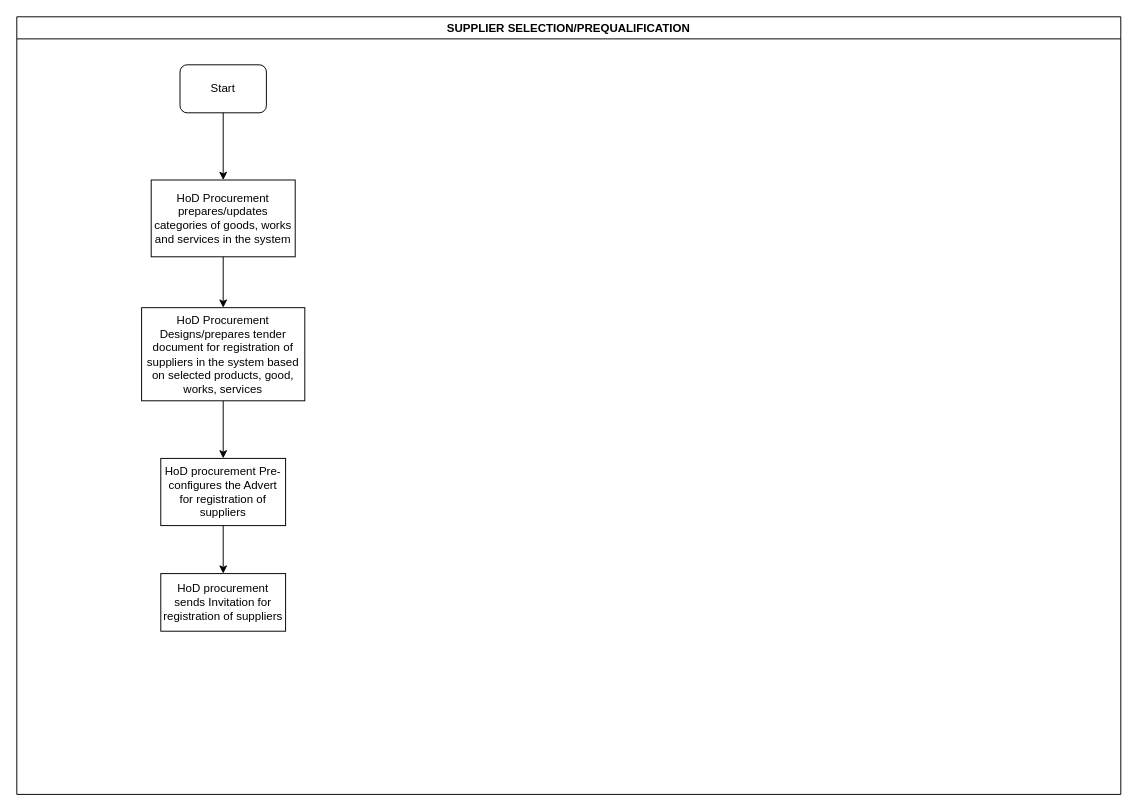
Before: LC-PROC-SUPPLIER PREQUALIFICATION.drawio in kmagua/flowcharts, a draw.io diagram. Source tidied: cells renumbered, new cells numbered last; positions are measured from the earlier drawing's top-left corner, leaving out a move shared by most shapes. Both pictures are drawn from the tidied source at 96%, with x=0, y=0 at pixel (16, 16).
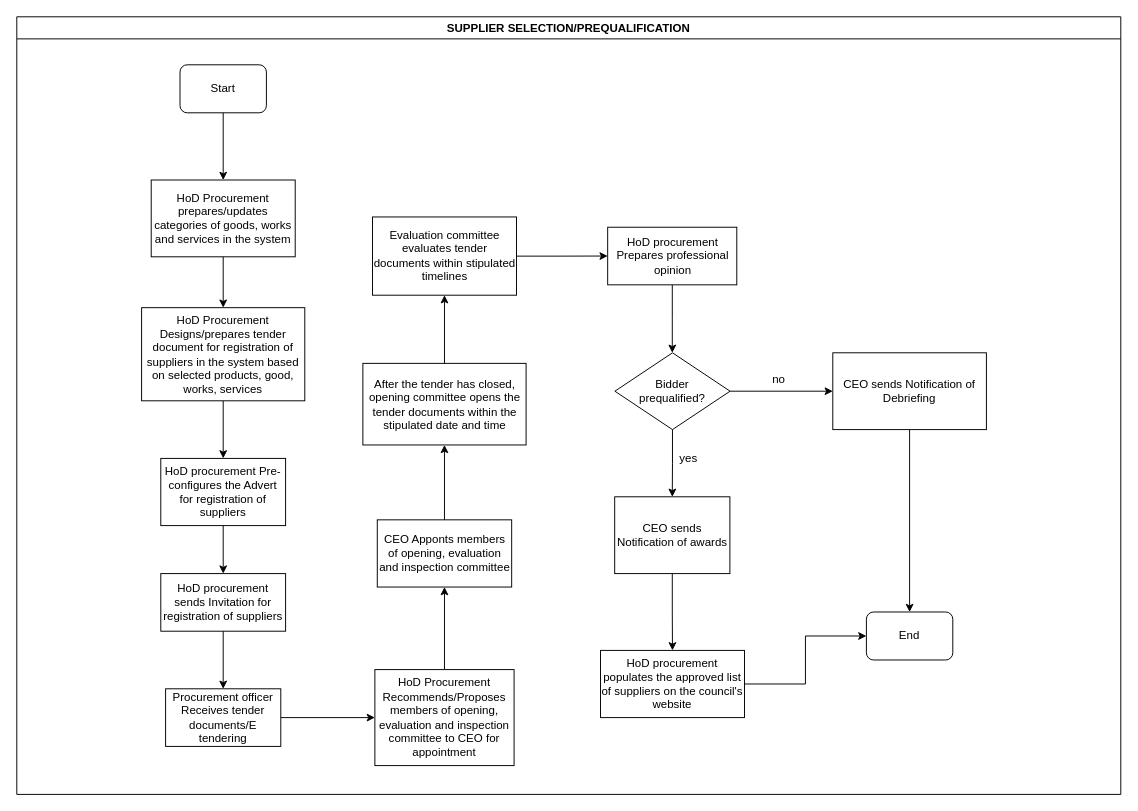
The same page after the edit.

The change refers to these unchanged cells:
```xml
<mxCell id="2" value="SUPPLIER SELECTION/PREQUALIFICATION" style="swimlane;" parent="1" vertex="1">
  <mxGeometry width="1150" height="810" as="geometry" />
</mxCell>
<mxCell id="7" value="HoD procurement sends Invitation for registration of suppliers" style="whiteSpace=wrap;html=1;rounded=0;" parent="2" vertex="1">
  <mxGeometry x="150" y="580" width="130" height="60" as="geometry" />
</mxCell>
```

Change to the diagram source:
```diff
@@
+    <mxCell id="12" value="Procurement officer Receives tender documents/E tendering " style="whiteSpace=wrap;html=1;rounded=0;" parent="2" vertex="1">
+      <mxGeometry x="155" y="700" width="120" height="60" as="geometry" />
+    </mxCell>
+    <mxCell id="13" style="edgeStyle=orthogonalEdgeStyle;rounded=0;jettySize=auto;html=1;" parent="2" edge="1" source="7" target="12">
+      <mxGeometry relative="1" as="geometry" />
+    </mxCell>
+    <mxCell id="14" value="CEO Apponts members of opening, evaluation and inspection committee" style="whiteSpace=wrap;html=1;rounded=0;" parent="2" vertex="1">
+      <mxGeometry x="375.5" y="524" width="140" height="70" as="geometry" />
+    </mxCell>
+    <mxCell id="15" value="After the tender has closed, opening committee opens the tender documents within the stipulated date and time" style="whiteSpace=wrap;html=1;rounded=0;" parent="2" vertex="1">
+      <mxGeometry x="360.5" y="361" width="170" height="85" as="geometry" />
+    </mxCell>
+    <mxCell id="16" style="edgeStyle=orthogonalEdgeStyle;rounded=0;jettySize=auto;html=1;" parent="2" edge="1" source="14" target="15">
+      <mxGeometry relative="1" as="geometry" />
+    </mxCell>
+    <mxCell id="17" value="Evaluation committee evaluates tender documents within stipulated timelines" style="whiteSpace=wrap;html=1;rounded=0;" parent="2" vertex="1">
+      <mxGeometry x="370.5" y="208.5" width="150" height="81.5" as="geometry" />
+    </mxCell>
+    <mxCell id="18" style="edgeStyle=orthogonalEdgeStyle;rounded=0;jettySize=auto;html=1;" parent="2" edge="1" source="15" target="17">
+      <mxGeometry relative="1" as="geometry" />
+    </mxCell>
+    <mxCell id="19" value="HoD procurement populates the approved list of suppliers on the council's website" style="whiteSpace=wrap;html=1;rounded=0;" parent="2" vertex="1">
+      <mxGeometry x="608" y="660" width="150" height="70" as="geometry" />
+    </mxCell>
+    <mxCell id="20" value="End" style="rounded=1;whiteSpace=wrap;html=1;" parent="2" vertex="1">
+      <mxGeometry x="885" y="620" width="90" height="50" as="geometry" />
+    </mxCell>
+    <mxCell id="21" style="edgeStyle=orthogonalEdgeStyle;rounded=0;jettySize=auto;html=1;entryX=0;entryY=0.5;entryDx=0;entryDy=0;" parent="2" edge="1" source="19" target="20">
+      <mxGeometry relative="1" as="geometry" />
+    </mxCell>
+    <mxCell id="22" value="&lt;div&gt;Bidder&lt;/div&gt;&lt;div&gt;prequalified?&lt;br&gt;&lt;/div&gt;" style="rhombus;whiteSpace=wrap;html=1;" parent="2" vertex="1">
+      <mxGeometry x="623" y="350" width="120" height="80" as="geometry" />
+    </mxCell>
+    <mxCell id="23" value="CEO sends Notification of awards" style="whiteSpace=wrap;html=1;rounded=0;" parent="2" vertex="1">
+      <mxGeometry x="622.8" y="500" width="120" height="80" as="geometry" />
+    </mxCell>
+    <mxCell id="24" style="edgeStyle=orthogonalEdgeStyle;rounded=0;jettySize=auto;html=1;" parent="2" edge="1" source="22" target="23">
+      <mxGeometry relative="1" as="geometry" />
+    </mxCell>
+    <mxCell id="25" style="edgeStyle=orthogonalEdgeStyle;rounded=0;jettySize=auto;html=1;entryX=0.5;entryY=0;entryDx=0;entryDy=0;" parent="2" edge="1" source="23" target="19">
+      <mxGeometry relative="1" as="geometry" />
+    </mxCell>
+    <mxCell id="26" value="yes" style="text;html=1;strokeColor=none;fillColor=none;align=center;verticalAlign=middle;whiteSpace=wrap;rounded=0;" parent="2" vertex="1">
+      <mxGeometry x="680" y="450" width="40" height="20" as="geometry" />
+    </mxCell>
@@
+    <mxCell id="27" style="edgeStyle=orthogonalEdgeStyle;rounded=0;jettySize=auto;html=1;" parent="1" edge="1" source="28" target="14">
+      <mxGeometry relative="1" as="geometry" />
+    </mxCell>
+    <mxCell id="28" value="HoD Procurement Recommends/Proposes members of opening, evaluation and inspection committee to CEO for appointment" style="whiteSpace=wrap;html=1;rounded=0;" parent="1" vertex="1">
+      <mxGeometry x="373" y="680" width="145" height="100" as="geometry" />
+    </mxCell>
+    <mxCell id="29" style="edgeStyle=orthogonalEdgeStyle;rounded=0;jettySize=auto;html=1;" parent="1" edge="1" source="12" target="28">
+      <mxGeometry relative="1" as="geometry" />
+    </mxCell>
+    <mxCell id="30" style="edgeStyle=orthogonalEdgeStyle;rounded=0;jettySize=auto;html=1;" parent="1" edge="1" source="31">
+      <mxGeometry relative="1" as="geometry">
+        <mxPoint x="682.8" y="350" as="targetPoint" />
+      </mxGeometry>
+    </mxCell>
+    <mxCell id="31" value="HoD procurement Prepares professional opinion" style="whiteSpace=wrap;html=1;rounded=0;" parent="1" vertex="1">
+      <mxGeometry x="615.5" y="219.2" width="134.5" height="60" as="geometry" />
+    </mxCell>
+    <mxCell id="32" style="edgeStyle=orthogonalEdgeStyle;rounded=0;jettySize=auto;html=1;" parent="1" edge="1" source="17" target="31">
+      <mxGeometry relative="1" as="geometry" />
+    </mxCell>
+    <mxCell id="33" style="edgeStyle=orthogonalEdgeStyle;rounded=0;jettySize=auto;html=1;entryX=0.5;entryY=0;entryDx=0;entryDy=0;" parent="1" edge="1" source="34" target="20">
+      <mxGeometry relative="1" as="geometry" />
+    </mxCell>
+    <mxCell id="34" value="CEO sends Notification of Debriefing " style="whiteSpace=wrap;html=1;rounded=0;" parent="1" vertex="1">
+      <mxGeometry x="850" y="350" width="160" height="80" as="geometry" />
+    </mxCell>
+    <mxCell id="35" style="edgeStyle=orthogonalEdgeStyle;rounded=0;jettySize=auto;html=1;" parent="1" edge="1" source="22" target="34">
+      <mxGeometry relative="1" as="geometry" />
+    </mxCell>
+    <mxCell id="36" value="no" style="text;html=1;strokeColor=none;fillColor=none;align=center;verticalAlign=middle;whiteSpace=wrap;rounded=0;" parent="1" vertex="1">
+      <mxGeometry x="774" y="368" width="40" height="20" as="geometry" />
+    </mxCell>
```
